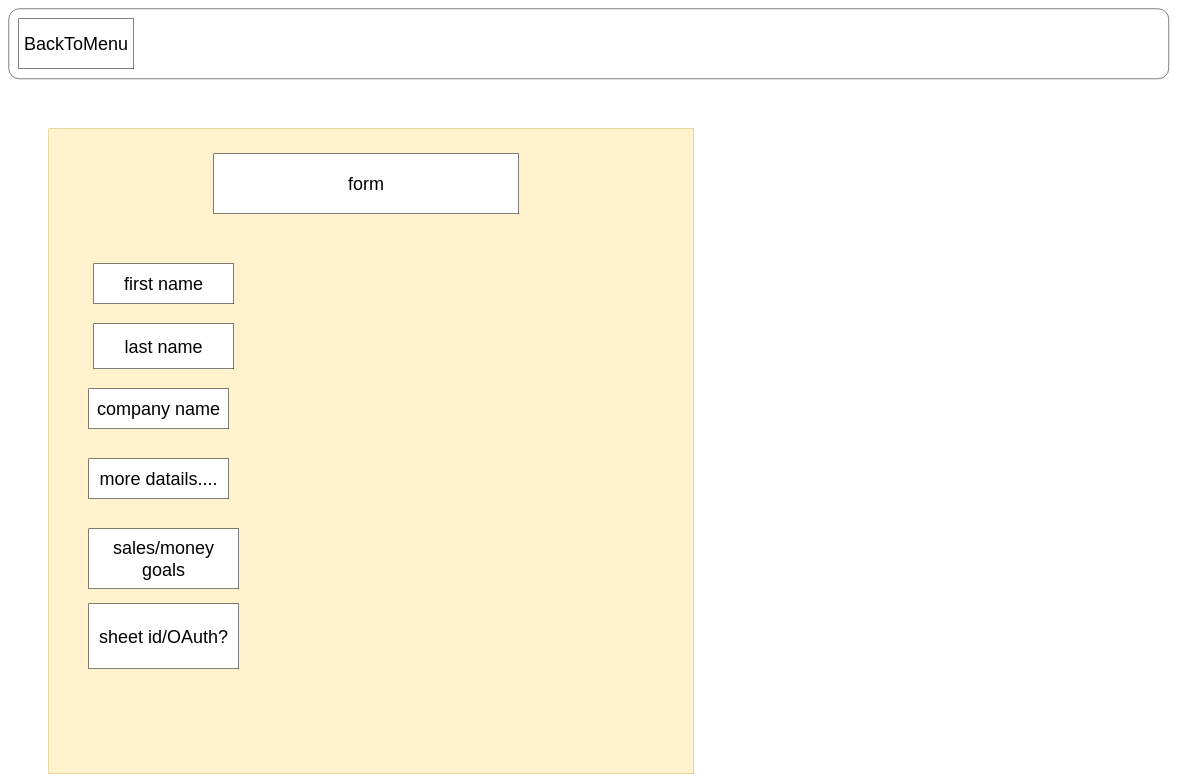
Earlier version of the draw.io diagram page "RegisterForm" (2 of 7) of psuado/sheets.drawio (t-bendet/pretty-sheets). Source tidied: cells renumbered, new cells numbered last; positions are measured from the earlier drawing's top-left corner, leaving out a move shared by most shapes. Both pictures are drawn from the tidied source at 50%, with x=0, y=0 at pixel (8, 8).
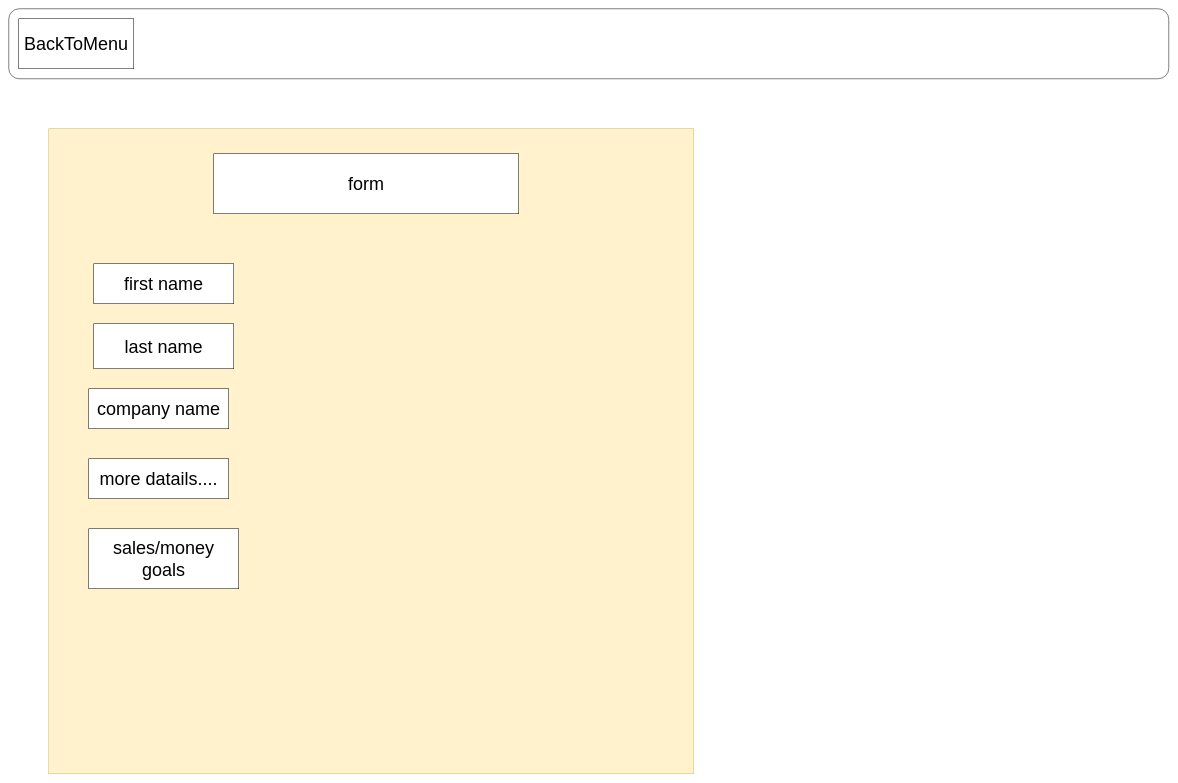
The same page after the edit.

Change to the diagram source:
```diff
@@
 <mxGraphModel>
   <root>
     <mxCell id="0" />
     <mxCell id="1" parent="0" />
     <mxCell id="2" style="rounded=1;whiteSpace=wrap;html=1;" parent="1" vertex="1">
       <mxGeometry width="2320" height="140" as="geometry" />
     </mxCell>
     <mxCell id="3" value="&lt;span style=&quot;font-size: 36px&quot;&gt;BackToMenu&lt;/span&gt;" style="rounded=0;whiteSpace=wrap;html=1;" parent="1" vertex="1">
       <mxGeometry x="20" y="20" width="230" height="100" as="geometry" />
     </mxCell>
     <mxCell id="4" style="whiteSpace=wrap;html=1;fontSize=36;fillColor=#fff2cc;strokeColor=#d6b656;" parent="1" vertex="1">
       <mxGeometry x="80" y="240" width="1290" height="1290" as="geometry" />
     </mxCell>
     <mxCell id="5" value="last name" style="rounded=0;whiteSpace=wrap;html=1;fontSize=36;labelBackgroundColor=none;" parent="1" vertex="1">
       <mxGeometry x="170" y="630" width="280" height="90" as="geometry" />
     </mxCell>
     <mxCell id="6" value="form" style="rounded=0;whiteSpace=wrap;html=1;fontSize=36;labelBackgroundColor=none;" parent="1" vertex="1">
       <mxGeometry x="410" y="290" width="610" height="120" as="geometry" />
     </mxCell>
     <mxCell id="7" value="first name" style="rounded=0;whiteSpace=wrap;html=1;fontSize=36;labelBackgroundColor=none;" parent="1" vertex="1">
       <mxGeometry x="170" y="510" width="280" height="80" as="geometry" />
     </mxCell>
     <mxCell id="8" value="more datails...." style="rounded=0;whiteSpace=wrap;html=1;fontSize=36;labelBackgroundColor=none;" parent="1" vertex="1">
       <mxGeometry x="160" y="900" width="280" height="80" as="geometry" />
     </mxCell>
     <mxCell id="9" value="company name" style="rounded=0;whiteSpace=wrap;html=1;fontSize=36;labelBackgroundColor=none;" parent="1" vertex="1">
       <mxGeometry x="160" y="760" width="280" height="80" as="geometry" />
     </mxCell>
-    <mxCell id="10" value="sheet id/OAuth?" style="rounded=0;whiteSpace=wrap;html=1;fontSize=36;labelBackgroundColor=none;" parent="1" vertex="1">
-      <mxGeometry x="160" y="1190" width="300" height="130" as="geometry" />
-    </mxCell>
     <mxCell id="11" value="sales/money goals&lt;br&gt;" style="rounded=0;whiteSpace=wrap;html=1;fontSize=36;labelBackgroundColor=none;" parent="1" vertex="1">
       <mxGeometry x="160" y="1040" width="300" height="120" as="geometry" />
     </mxCell>
   </root>
 </mxGraphModel>
```
